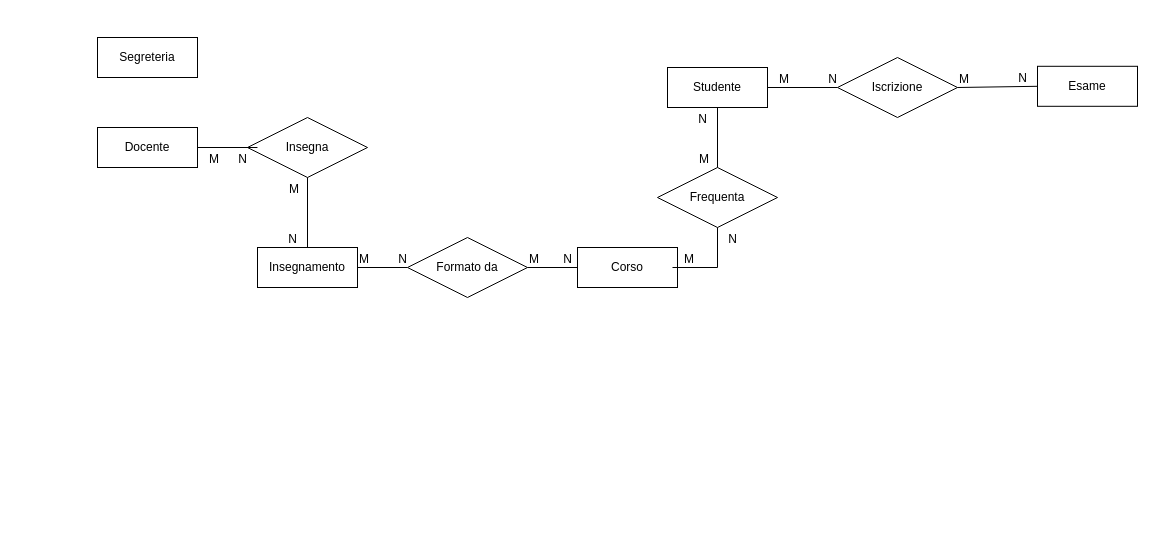
The draw.io diagram Diagramma senza titolo.drawio in CapraCampa/AlgoLab, before the edit. Source tidied: cells renumbered, new cells numbered last; positions are measured from the earlier drawing's top-left corner, leaving out a move shared by most shapes. Both pictures are drawn from the tidied source at 100%, with x=0, y=0 at pixel (97, 37).
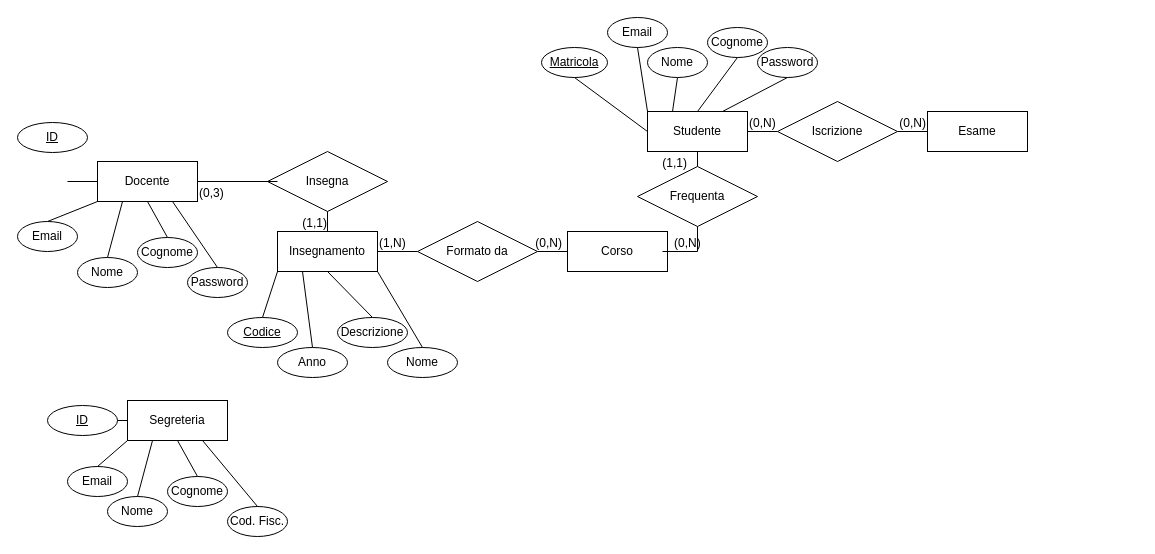
Above is the later version.

Unchanged cells that the change refers to:
```xml
<mxCell id="13" style="endArrow=none;html=1;rounded=0;exitX=1;exitY=0.5;exitDx=0;exitDy=0;exitPerimeter=0;entryX=0.083;entryY=0.5;entryDx=0;entryDy=0;entryPerimeter=0;" parent="1" edge="1" source="3" target="5">
  <mxGeometry relative="1" as="geometry" />
</mxCell>
<mxCell id="16" style="endArrow=none;html=1;rounded=0;entryX=0.5;entryY=0;entryDx=0;entryDy=0;entryPerimeter=0;exitX=0.5;exitY=1;exitDx=0;exitDy=0;exitPerimeter=0;" parent="1" edge="1" source="5" target="6">
  <mxGeometry relative="1" as="geometry" />
</mxCell>
<mxCell id="22" style="endArrow=none;html=1;rounded=0;entryX=0;entryY=0.5;entryDx=0;entryDy=0;entryPerimeter=0;exitX=1;exitY=0.5;exitDx=0;exitDy=0;exitPerimeter=0;" parent="1" edge="1" source="9" target="8">
  <mxGeometry relative="1" as="geometry" />
</mxCell>
<mxCell id="28" style="endArrow=none;html=1;rounded=0;exitX=0.5;exitY=0;exitDx=0;exitDy=0;exitPerimeter=0;entryX=0.5;entryY=1;entryDx=0;entryDy=0;entryPerimeter=0;" parent="1" edge="1" source="11" target="4">
  <mxGeometry relative="1" as="geometry" />
</mxCell>
<mxCell id="31" style="endArrow=none;html=1;rounded=0;exitX=1;exitY=0.5;exitDx=0;exitDy=0;exitPerimeter=0;entryX=0;entryY=0.5;entryDx=0;entryDy=0;entryPerimeter=0;" parent="1" edge="1" source="4" target="10">
  <mxGeometry relative="1" as="geometry" />
</mxCell>
<mxCell id="34" style="endArrow=none;html=1;rounded=0;exitX=1;exitY=0.5;exitDx=0;exitDy=0;exitPerimeter=0;entryX=0;entryY=0.5;entryDx=0;entryDy=0;" parent="1" edge="1" source="10" target="7">
  <mxGeometry relative="1" as="geometry" />
</mxCell>
```

The edit, as a diff of the source:
```diff
@@
     <mxCell id="2" value="Segreteria" style="whiteSpace=wrap;html=1;align=center;" parent="1" vertex="1">
-      <mxGeometry width="100" height="40" as="geometry" />
+      <mxGeometry x="30" y="363" width="100" height="40" as="geometry" />
     </mxCell>
     <mxCell id="3" value="Docente" style="whiteSpace=wrap;html=1;align=center;" parent="1" vertex="1">
-      <mxGeometry y="90" width="100" height="40" as="geometry" />
+      <mxGeometry y="124" width="100" height="40" as="geometry" />
     </mxCell>
     <mxCell id="4" value="Studente" style="whiteSpace=wrap;html=1;align=center;" parent="1" vertex="1">
-      <mxGeometry x="570" y="30" width="100" height="40" as="geometry" />
+      <mxGeometry x="550" y="74" width="100" height="40" as="geometry" />
     </mxCell>
     <mxCell id="5" value="Insegna" style="shape=rhombus;perimeter=rhombusPerimeter;whiteSpace=wrap;html=1;align=center;" parent="1" vertex="1">
-      <mxGeometry x="150" y="80" width="120" height="60" as="geometry" />
+      <mxGeometry x="170" y="114" width="120" height="60" as="geometry" />
     </mxCell>
     <mxCell id="6" value="Insegnamento" style="whiteSpace=wrap;html=1;align=center;" parent="1" vertex="1">
-      <mxGeometry x="160" y="210" width="100" height="40" as="geometry" />
+      <mxGeometry x="180" y="194" width="100" height="40" as="geometry" />
     </mxCell>
     <mxCell id="7" value="Esame" style="whiteSpace=wrap;html=1;align=center;" parent="1" vertex="1">
-      <mxGeometry x="940" y="28.8" width="100" height="40" as="geometry" />
+      <mxGeometry x="830" y="74" width="100" height="40" as="geometry" />
     </mxCell>
     <mxCell id="8" value="Corso" style="whiteSpace=wrap;html=1;align=center;" parent="1" vertex="1">
-      <mxGeometry x="480" y="210" width="100" height="40" as="geometry" />
+      <mxGeometry x="470" y="194" width="100" height="40" as="geometry" />
     </mxCell>
     <mxCell id="9" value="Formato da" style="shape=rhombus;perimeter=rhombusPerimeter;whiteSpace=wrap;html=1;align=center;" parent="1" vertex="1">
-      <mxGeometry x="310" y="200" width="120" height="60" as="geometry" />
+      <mxGeometry x="320" y="184" width="120" height="60" as="geometry" />
     </mxCell>
     <mxCell id="10" value="Iscrizione" style="shape=rhombus;perimeter=rhombusPerimeter;whiteSpace=wrap;html=1;align=center;" parent="1" vertex="1">
-      <mxGeometry x="740" y="20" width="120" height="60" as="geometry" />
+      <mxGeometry x="680" y="64" width="120" height="60" as="geometry" />
     </mxCell>
     <mxCell id="11" value="Frequenta" style="shape=rhombus;perimeter=rhombusPerimeter;whiteSpace=wrap;html=1;align=center;" parent="1" vertex="1">
-      <mxGeometry x="560" y="130" width="120" height="60" as="geometry" />
+      <mxGeometry x="540" y="129" width="120" height="60" as="geometry" />
     </mxCell>
@@
-    <mxCell id="14" value="M" style="html=1;align=left;verticalAlign=bottom;" parent="13" vertex="1">
+    <mxCell id="14" value="(0,3)" style="html=1;align=left;verticalAlign=bottom;" parent="13" vertex="1">
       <mxGeometry x="-1" relative="1" as="geometry">
-        <mxPoint x="10" y="20" as="offset" />
+        <mxPoint y="20" as="offset" />
       </mxGeometry>
     </mxCell>
-    <mxCell id="15" value="N" style="html=1;align=right;verticalAlign=bottom;" parent="13" vertex="1">
+    <mxCell id="15" value="(1,1)" style="html=1;align=right;verticalAlign=bottom;" parent="13" vertex="1">
       <mxGeometry x="1" relative="1" as="geometry">
-        <mxPoint x="-10" y="20" as="offset" />
+        <mxPoint x="50" y="50" as="offset" />
       </mxGeometry>
     </mxCell>
@@
-    <mxCell id="17" value="M" style="html=1;align=left;verticalAlign=bottom;" parent="16" vertex="1">
-      <mxGeometry x="-1" relative="1" as="geometry">
-        <mxPoint x="-20" y="20" as="offset" />
-      </mxGeometry>
-    </mxCell>
-    <mxCell id="18" value="N" style="html=1;align=right;verticalAlign=bottom;" parent="16" vertex="1">
-      <mxGeometry x="1" relative="1" as="geometry">
-        <mxPoint x="-10" as="offset" />
-      </mxGeometry>
-    </mxCell>
-    <mxCell id="19" style="endArrow=none;html=1;rounded=0;exitX=1;exitY=0.5;exitDx=0;exitDy=0;exitPerimeter=0;entryX=0;entryY=0.5;entryDx=0;entryDy=0;entryPerimeter=0;" parent="1" edge="1" source="6" target="9">
+    <mxCell id="19" style="endArrow=none;html=1;rounded=0;entryX=0;entryY=0.5;entryDx=0;entryDy=0;entryPerimeter=0;exitX=1;exitY=0.5;exitDx=0;exitDy=0;" parent="1" edge="1" source="6" target="9">
       <mxGeometry relative="1" as="geometry" />
     </mxCell>
-    <mxCell id="20" value="M" style="html=1;align=left;verticalAlign=bottom;" parent="19" vertex="1">
+    <mxCell id="20" value="(1,N)" style="html=1;align=left;verticalAlign=bottom;" parent="19" vertex="1">
       <mxGeometry x="-1" relative="1" as="geometry" />
     </mxCell>
-    <mxCell id="21" value="N" style="html=1;align=right;verticalAlign=bottom;" parent="19" vertex="1">
-      <mxGeometry x="1" relative="1" as="geometry" />
-    </mxCell>
@@
-    <mxCell id="23" value="M" style="html=1;align=left;verticalAlign=bottom;" parent="22" vertex="1">
-      <mxGeometry x="-1" relative="1" as="geometry" />
-    </mxCell>
-    <mxCell id="24" value="N" style="html=1;align=right;verticalAlign=bottom;" parent="22" vertex="1">
+    <mxCell id="24" value="(0,N)" style="html=1;align=right;verticalAlign=bottom;" parent="22" vertex="1">
       <mxGeometry x="1" relative="1" as="geometry">
         <mxPoint x="-5" as="offset" />
       </mxGeometry>
     </mxCell>
     <mxCell id="25" style="endArrow=none;html=1;rounded=0;exitX=0.95;exitY=0.5;exitDx=0;exitDy=0;exitPerimeter=0;entryX=0.5;entryY=1;entryDx=0;entryDy=0;entryPerimeter=0;" parent="1" edge="1" source="8" target="11">
       <mxGeometry relative="1" as="geometry">
         <Array as="points">
-          <mxPoint x="620" y="230" />
+          <mxPoint x="600" y="214" />
         </Array>
       </mxGeometry>
     </mxCell>
-    <mxCell id="26" value="M" style="html=1;align=left;verticalAlign=bottom;" parent="25" vertex="1">
+    <mxCell id="26" value="(0,N)" style="html=1;align=left;verticalAlign=bottom;" parent="25" vertex="1">
       <mxGeometry x="-1" relative="1" as="geometry">
         <mxPoint x="10" as="offset" />
       </mxGeometry>
     </mxCell>
-    <mxCell id="27" value="N" style="html=1;align=right;verticalAlign=bottom;" parent="25" vertex="1">
-      <mxGeometry x="1" relative="1" as="geometry">
-        <mxPoint x="20" y="20" as="offset" />
-      </mxGeometry>
-    </mxCell>
@@
-    <mxCell id="29" value="M" style="html=1;align=left;verticalAlign=bottom;" parent="28" vertex="1">
-      <mxGeometry x="-1" relative="1" as="geometry">
-        <mxPoint x="-20" as="offset" />
-      </mxGeometry>
-    </mxCell>
-    <mxCell id="30" value="N" style="html=1;align=right;verticalAlign=bottom;" parent="28" vertex="1">
+    <mxCell id="30" value="(1,1)" style="html=1;align=right;verticalAlign=bottom;" parent="28" vertex="1">
       <mxGeometry x="1" relative="1" as="geometry">
         <mxPoint x="-10" y="20" as="offset" />
       </mxGeometry>
     </mxCell>
@@
-    <mxCell id="32" value="M" style="html=1;align=left;verticalAlign=bottom;" parent="31" vertex="1">
-      <mxGeometry x="-1" relative="1" as="geometry">
-        <mxPoint x="10" as="offset" />
-      </mxGeometry>
+    <mxCell id="32" value="(0,N)" style="html=1;align=left;verticalAlign=bottom;" parent="31" vertex="1">
+      <mxGeometry x="-1" relative="1" as="geometry" />
     </mxCell>
-    <mxCell id="33" value="N" style="html=1;align=right;verticalAlign=bottom;" parent="31" vertex="1">
-      <mxGeometry x="1" relative="1" as="geometry" />
-    </mxCell>
@@
-    <mxCell id="35" value="M" style="html=1;align=left;verticalAlign=bottom;" parent="34" vertex="1">
-      <mxGeometry x="-1" relative="1" as="geometry" />
-    </mxCell>
-    <mxCell id="36" value="N" style="html=1;align=right;verticalAlign=bottom;" parent="34" vertex="1">
+    <mxCell id="36" value="(0,N)" style="html=1;align=right;verticalAlign=bottom;" parent="34" vertex="1">
       <mxGeometry x="1" relative="1" as="geometry">
-        <mxPoint x="-10" as="offset" />
+        <mxPoint x="-1" as="offset" />
       </mxGeometry>
     </mxCell>
+    <mxCell id="37" value="Email" style="ellipse;whiteSpace=wrap;html=1;align=center;" parent="1" vertex="1">
+      <mxGeometry x="-30" y="429" width="60" height="30" as="geometry" />
+    </mxCell>
+    <mxCell id="38" value="Nome" style="ellipse;whiteSpace=wrap;html=1;align=center;" parent="1" vertex="1">
+      <mxGeometry x="10" y="459" width="60" height="30" as="geometry" />
+    </mxCell>
+    <mxCell id="39" value="Cognome" style="ellipse;whiteSpace=wrap;html=1;align=center;" parent="1" vertex="1">
+      <mxGeometry x="70" y="439" width="60" height="30" as="geometry" />
+    </mxCell>
+    <mxCell id="40" value="Cod. Fisc." style="ellipse;whiteSpace=wrap;html=1;align=center;" parent="1" vertex="1">
+      <mxGeometry x="130" y="469" width="60" height="30" as="geometry" />
+    </mxCell>
+    <mxCell id="41" style="endArrow=none;html=1;rounded=0;exitX=0.5;exitY=0;exitDx=0;exitDy=0;entryX=0;entryY=1;entryDx=0;entryDy=0;" parent="1" edge="1" source="37" target="2">
+      <mxGeometry relative="1" as="geometry" />
+    </mxCell>
+    <mxCell id="42" style="endArrow=none;html=1;rounded=0;exitX=0.25;exitY=1;exitDx=0;exitDy=0;entryX=0.5;entryY=0;entryDx=0;entryDy=0;" parent="1" edge="1" source="2" target="38">
+      <mxGeometry relative="1" as="geometry" />
+    </mxCell>
+    <mxCell id="43" style="endArrow=none;html=1;rounded=0;exitX=0.5;exitY=1;exitDx=0;exitDy=0;entryX=0.5;entryY=0;entryDx=0;entryDy=0;" parent="1" edge="1" source="2" target="39">
+      <mxGeometry relative="1" as="geometry" />
+    </mxCell>
+    <mxCell id="44" style="endArrow=none;html=1;rounded=0;exitX=0.75;exitY=1;exitDx=0;exitDy=0;entryX=0.5;entryY=0;entryDx=0;entryDy=0;" parent="1" edge="1" source="2" target="40">
+      <mxGeometry relative="1" as="geometry" />
+    </mxCell>
+    <mxCell id="45" value="Email" style="ellipse;whiteSpace=wrap;html=1;align=center;" parent="1" vertex="1">
+      <mxGeometry x="-80" y="184" width="60" height="30" as="geometry" />
+    </mxCell>
+    <mxCell id="46" value="Nome" style="ellipse;whiteSpace=wrap;html=1;align=center;" parent="1" vertex="1">
+      <mxGeometry x="-20" y="220" width="60" height="30" as="geometry" />
+    </mxCell>
+    <mxCell id="47" value="Cognome" style="ellipse;whiteSpace=wrap;html=1;align=center;" parent="1" vertex="1">
+      <mxGeometry x="40" y="200" width="60" height="30" as="geometry" />
+    </mxCell>
+    <mxCell id="48" value="Password" style="ellipse;whiteSpace=wrap;html=1;align=center;" parent="1" vertex="1">
+      <mxGeometry x="90" y="230" width="60" height="30" as="geometry" />
+    </mxCell>
+    <mxCell id="49" style="endArrow=none;html=1;rounded=0;exitX=0.5;exitY=0;exitDx=0;exitDy=0;entryX=0;entryY=1;entryDx=0;entryDy=0;" parent="1" edge="1" source="45" target="3">
+      <mxGeometry relative="1" as="geometry" />
+    </mxCell>
+    <mxCell id="50" style="endArrow=none;html=1;rounded=0;exitX=0.25;exitY=1;exitDx=0;exitDy=0;entryX=0.5;entryY=0;entryDx=0;entryDy=0;" parent="1" edge="1" source="3" target="46">
+      <mxGeometry relative="1" as="geometry" />
+    </mxCell>
+    <mxCell id="51" style="endArrow=none;html=1;rounded=0;exitX=0.5;exitY=1;exitDx=0;exitDy=0;entryX=0.5;entryY=0;entryDx=0;entryDy=0;" parent="1" edge="1" source="3" target="47">
+      <mxGeometry relative="1" as="geometry" />
+    </mxCell>
+    <mxCell id="52" style="endArrow=none;html=1;rounded=0;exitX=0.75;exitY=1;exitDx=0;exitDy=0;entryX=0.5;entryY=0;entryDx=0;entryDy=0;" parent="1" edge="1" source="3" target="48">
+      <mxGeometry relative="1" as="geometry" />
+    </mxCell>
+    <mxCell id="53" value="Matricola" style="ellipse;whiteSpace=wrap;html=1;align=center;fontStyle=4;" parent="1" vertex="1">
+      <mxGeometry x="444" y="10" width="66" height="30" as="geometry" />
+    </mxCell>
+    <mxCell id="54" value="Email" style="ellipse;whiteSpace=wrap;html=1;align=center;" parent="1" vertex="1">
+      <mxGeometry x="510" y="-20" width="60" height="30" as="geometry" />
+    </mxCell>
+    <mxCell id="55" value="Nome" style="ellipse;whiteSpace=wrap;html=1;align=center;" parent="1" vertex="1">
+      <mxGeometry x="550" y="10" width="60" height="30" as="geometry" />
+    </mxCell>
+    <mxCell id="56" value="Cognome" style="ellipse;whiteSpace=wrap;html=1;align=center;" parent="1" vertex="1">
+      <mxGeometry x="610" y="-10" width="60" height="30" as="geometry" />
+    </mxCell>
+    <mxCell id="57" value="Password" style="ellipse;whiteSpace=wrap;html=1;align=center;" parent="1" vertex="1">
+      <mxGeometry x="660" y="10" width="60" height="30" as="geometry" />
+    </mxCell>
+    <mxCell id="58" value="ID" style="ellipse;whiteSpace=wrap;html=1;align=center;fontStyle=4;" parent="1" vertex="1">
+      <mxGeometry x="-80" y="85" width="70" height="30" as="geometry" />
+    </mxCell>
+    <mxCell id="59" style="endArrow=none;html=1;rounded=0;exitX=1;exitY=0.5;exitDx=0;exitDy=0;entryX=0;entryY=0.5;entryDx=0;entryDy=0;" parent="1" edge="1" target="3">
+      <mxGeometry relative="1" as="geometry">
+        <mxPoint x="-30" y="144" as="sourcePoint" />
+      </mxGeometry>
+    </mxCell>
+    <mxCell id="60" value="ID" style="ellipse;whiteSpace=wrap;html=1;align=center;fontStyle=4;" parent="1" vertex="1">
+      <mxGeometry x="-50" y="368" width="70" height="30" as="geometry" />
+    </mxCell>
+    <mxCell id="61" style="endArrow=none;html=1;rounded=0;exitX=1;exitY=0.5;exitDx=0;exitDy=0;entryX=0;entryY=0.5;entryDx=0;entryDy=0;" parent="1" edge="1" source="60" target="2">
+      <mxGeometry relative="1" as="geometry" />
+    </mxCell>
+    <mxCell id="62" style="endArrow=none;html=1;rounded=0;exitX=0.5;exitY=1;exitDx=0;exitDy=0;entryX=0;entryY=0.5;entryDx=0;entryDy=0;" parent="1" edge="1" source="53" target="4">
+      <mxGeometry relative="1" as="geometry" />
+    </mxCell>
+    <mxCell id="63" style="endArrow=none;html=1;rounded=0;exitX=0.5;exitY=1;exitDx=0;exitDy=0;entryX=0;entryY=0;entryDx=0;entryDy=0;" parent="1" edge="1" source="54" target="4">
+      <mxGeometry relative="1" as="geometry" />
+    </mxCell>
+    <mxCell id="64" style="endArrow=none;html=1;rounded=0;exitX=0.5;exitY=1;exitDx=0;exitDy=0;entryX=0.25;entryY=0;entryDx=0;entryDy=0;" parent="1" edge="1" source="55" target="4">
+      <mxGeometry relative="1" as="geometry" />
+    </mxCell>
+    <mxCell id="65" style="endArrow=none;html=1;rounded=0;exitX=0.5;exitY=1;exitDx=0;exitDy=0;entryX=0.5;entryY=0;entryDx=0;entryDy=0;" parent="1" edge="1" source="56" target="4">
+      <mxGeometry relative="1" as="geometry" />
+    </mxCell>
+    <mxCell id="66" style="endArrow=none;html=1;rounded=0;exitX=0.5;exitY=1;exitDx=0;exitDy=0;entryX=0.75;entryY=0;entryDx=0;entryDy=0;" parent="1" edge="1" source="57" target="4">
+      <mxGeometry relative="1" as="geometry" />
+    </mxCell>
+    <mxCell id="67" value="Codice" style="ellipse;whiteSpace=wrap;html=1;align=center;fontStyle=4;" parent="1" vertex="1">
+      <mxGeometry x="130" y="280" width="70" height="30" as="geometry" />
+    </mxCell>
+    <mxCell id="68" value="Anno" style="ellipse;whiteSpace=wrap;html=1;align=center;fontStyle=0;" parent="1" vertex="1">
+      <mxGeometry x="180" y="310" width="70" height="30" as="geometry" />
+    </mxCell>
+    <mxCell id="69" value="Descrizione" style="ellipse;whiteSpace=wrap;html=1;align=center;fontStyle=0;" parent="1" vertex="1">
+      <mxGeometry x="240" y="280" width="70" height="30" as="geometry" />
+    </mxCell>
+    <mxCell id="70" value="Nome" style="ellipse;whiteSpace=wrap;html=1;align=center;fontStyle=0;" parent="1" vertex="1">
+      <mxGeometry x="290" y="310" width="70" height="30" as="geometry" />
+    </mxCell>
+    <mxCell id="71" style="endArrow=none;html=1;rounded=0;exitX=0.5;exitY=0;exitDx=0;exitDy=0;entryX=0;entryY=1;entryDx=0;entryDy=0;" parent="1" edge="1" source="67" target="6">
+      <mxGeometry relative="1" as="geometry" />
+    </mxCell>
+    <mxCell id="72" style="endArrow=none;html=1;rounded=0;exitX=0.5;exitY=0;exitDx=0;exitDy=0;entryX=0.25;entryY=1;entryDx=0;entryDy=0;" parent="1" edge="1" source="68" target="6">
+      <mxGeometry relative="1" as="geometry" />
+    </mxCell>
+    <mxCell id="73" style="endArrow=none;html=1;rounded=0;exitX=0.5;exitY=0;exitDx=0;exitDy=0;entryX=0.5;entryY=1;entryDx=0;entryDy=0;" parent="1" edge="1" source="69" target="6">
+      <mxGeometry relative="1" as="geometry" />
+    </mxCell>
+    <mxCell id="74" style="endArrow=none;html=1;rounded=0;exitX=0.5;exitY=0;exitDx=0;exitDy=0;entryX=1;entryY=1;entryDx=0;entryDy=0;" parent="1" edge="1" source="70" target="6">
+      <mxGeometry relative="1" as="geometry" />
+    </mxCell>
```
